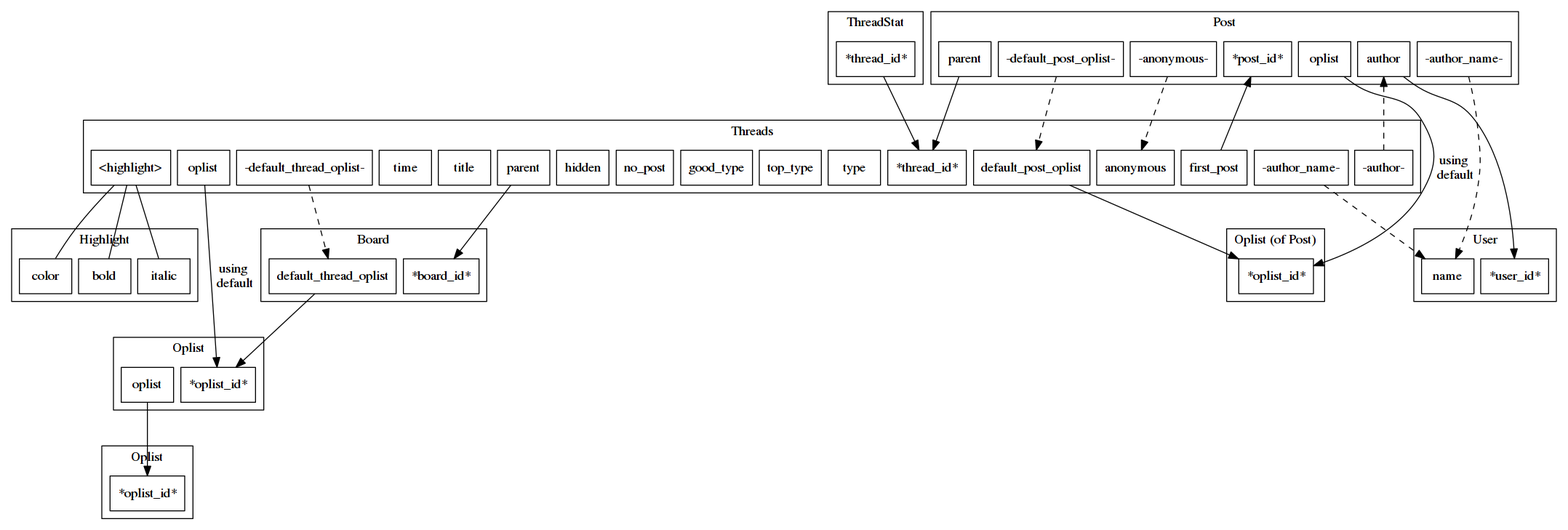
This is pages/graph/erd/threads.png from cc98-frontend-development/API, a Graphviz export, as it was before one commit. Its source is kept beside it as pages/graph/erd/threads.dot.
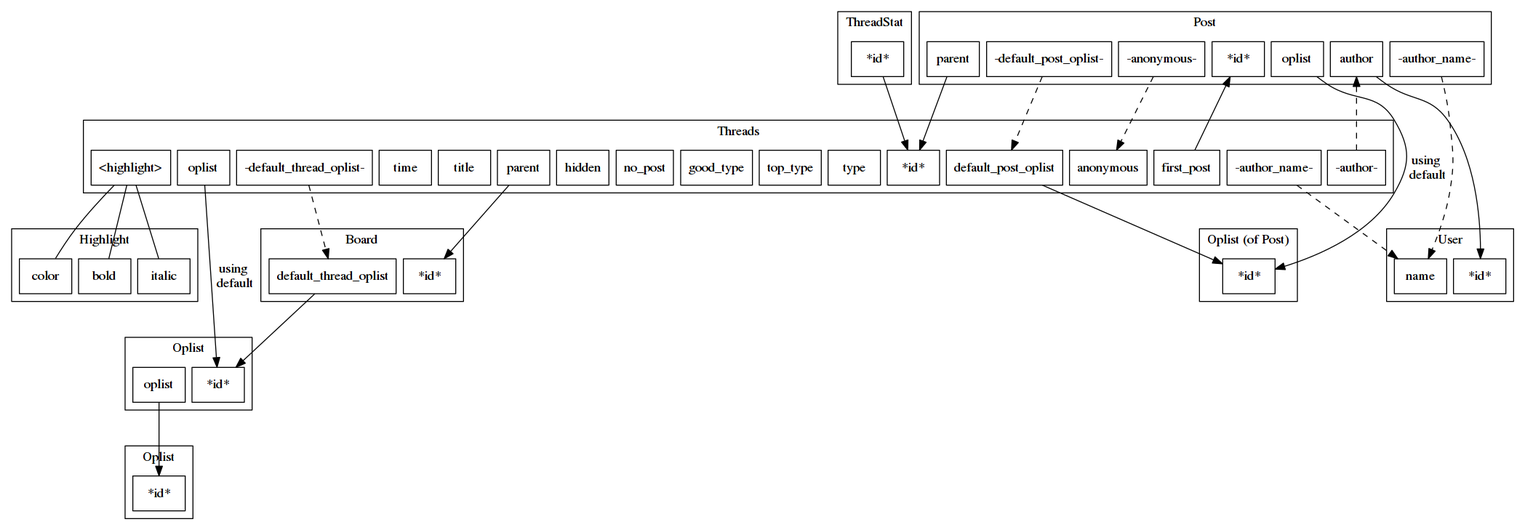
Later version of the same file.

Diff of the diagram source:
```diff
@@ -5,7 +5,7 @@
 
 	subgraph cluster_thread {
 		label = "Threads";
-		node_a_thread_thread_id             [ label = "*thread_id*" ];
+		node_a_thread_id                    [ label = "*id*" ];
 		node_a_thread_parent                [ label = "parent" ];
 		node_a_thread_oplist                [ label = "oplist" ];
 		node_a_thread_default_thread_oplist [ label = "-default_thread_oplist-" ];
@@ -26,7 +26,7 @@
 
 	subgraph cluster_thread_stat {
 		label = "ThreadStat";
-		node_a_thread_stat_thread_id [ label = "*thread_id*" ];
+		node_a_thread_stat_id [ label = "*id*" ];
 	}
 
 	subgraph cluster_highlight {
@@ -38,13 +38,13 @@
 
 	subgraph cluster_board {
 		label = "Board";
-		node_a_board_board_id [ label = "*board_id*" ];
+		node_a_board_id [ label = "*id*" ];
 		node_a_board_default_thread_oplist [ label = "default_thread_oplist" ];
 	}
 
 	subgraph cluster_post {
 		label = "Post";
-		node_a_post_post_id             [ label = "*post_id*" ];
+		node_a_post_id                  [ label = "*id*" ];
 		node_a_post_parent              [ label = "parent" ];
 		node_a_post_oplist              [ label = "oplist" ];
 		node_a_post_default_post_oplist [ label = "-default_post_oplist-" ];
@@ -55,31 +55,31 @@
 
 	subgraph cluster_oplist {
 		label = "Oplist";
-		node_a_oplist_oplist_id [ label = "*oplist_id*" ];
-		node_a_oplist_oplist    [ label = "oplist" ];
+		node_a_oplist_id     [ label = "*id*" ];
+		node_a_oplist_oplist [ label = "oplist" ];
 	}
 
 	subgraph cluster_oplist_2 {
 		label = "Oplist";
-		node_a_oplist_oplist_id_2 [ label = "*oplist_id*" ];
+		node_a_oplist_id_2 [ label = "*id*" ];
 	}
 
 	subgraph cluster_oplist_3 {
 		label = "Oplist (of Post)";
-		node_a_oplist_oplist_id_3 [ label = "*oplist_id*" ];
+		node_a_oplist_id_3 [ label = "*id*" ];
 	}
 
 	subgraph cluster_user {
 		label = "User";
-		node_a_user_user_id [ label = "*user_id*" ];
-		node_a_user_name    [ label = "name" ];
+		node_a_user_id   [ label = "*id*" ];
+		node_a_user_name [ label = "name" ];
 	}
 
-	node_a_thread_first_post -> node_a_post_post_id;
-	node_a_thread_parent -> node_a_board_board_id;
-	node_a_thread_oplist -> node_a_oplist_oplist_id [ label = "using\n default" ];
+	node_a_thread_first_post -> node_a_post_id;
+	node_a_thread_parent -> node_a_board_id;
+	node_a_thread_oplist -> node_a_oplist_id [ label = "using\n default" ];
 	node_a_thread_default_thread_oplist -> node_a_board_default_thread_oplist [ style = dashed ];
-	node_a_thread_default_post_oplist -> node_a_oplist_oplist_id_3;
+	node_a_thread_default_post_oplist -> node_a_oplist_id_3;
 	node_a_thread_author -> node_a_post_author [ style = dashed ];
 	node_a_thread_author_name -> node_a_user_name [ style = dashed ];
 
@@ -87,17 +87,17 @@
 	node_a_thread_highlight -> node_a_highlight_bold   [ arrowhead = none ];
 	node_a_thread_highlight -> node_a_highlight_italic [ arrowhead = none ];
 
-	node_a_post_parent -> node_a_thread_thread_id;
+	node_a_post_parent -> node_a_thread_id;
 	node_a_post_anonymous -> node_a_thread_anonymous [style = dashed ];
-	node_a_post_oplist -> node_a_oplist_oplist_id_3 [ label = "using\n default" ];
+	node_a_post_oplist -> node_a_oplist_id_3 [ label = "using\n default" ];
 	node_a_post_default_post_oplist -> node_a_thread_default_post_oplist [ style = dashed ];
 
-	node_a_oplist_oplist -> node_a_oplist_oplist_id_2;
+	node_a_oplist_oplist -> node_a_oplist_id_2;
 
-	node_a_post_author -> node_a_user_user_id;
+	node_a_post_author -> node_a_user_id;
 	node_a_post_author_name -> node_a_user_name     [ style = dashed ];
 
-	node_a_board_default_thread_oplist -> node_a_oplist_oplist_id;
+	node_a_board_default_thread_oplist -> node_a_oplist_id;
 
-	node_a_thread_stat_thread_id -> node_a_thread_thread_id;
+	node_a_thread_stat_id -> node_a_thread_id;
 }
```
